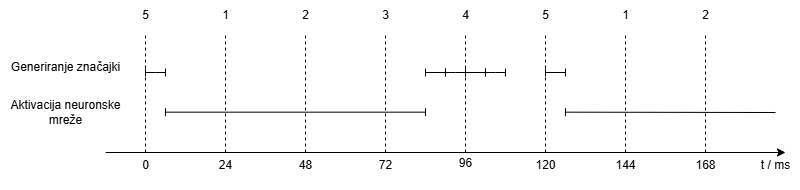
This is docs/master_thesis/Chapters/implementacija/rts.png from lbalic21/keyword_spotting, a draw.io export, as it was before one commit. Source tidied: cells renumbered, new cells last; positions are measured from the earlier drawing's top-left corner, leaving out a move shared by most shapes.
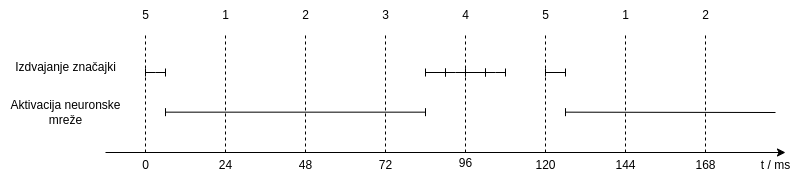
Above is the later version.

Diff of the diagram source:
```diff
@@ -134,8 +134,8 @@
     <mxCell id="30" value="5" style="text;html=1;align=center;verticalAlign=middle;strokeColor=none;fillColor=none;" parent="1" vertex="1">
       <mxGeometry x="130" width="30" height="30" as="geometry" />
     </mxCell>
-    <mxCell id="31" value="Generiranje značajki" style="text;html=1;align=center;verticalAlign=middle;strokeColor=none;fillColor=none;" parent="1" vertex="1">
-      <mxGeometry y="52" width="130" height="30" as="geometry" />
+    <mxCell id="31" value="Izdvajanje značajki" style="text;html=1;align=center;verticalAlign=middle;strokeColor=none;fillColor=none;" parent="1" vertex="1">
+      <mxGeometry x="5" y="52" width="120" height="30" as="geometry" />
     </mxCell>
     <mxCell id="32" value="Aktivacija neuronske&lt;div&gt;mreže&lt;/div&gt;" style="text;html=1;align=center;verticalAlign=middle;strokeColor=none;fillColor=none;" parent="1" vertex="1">
       <mxGeometry y="92" width="130" height="40" as="geometry" />
```
